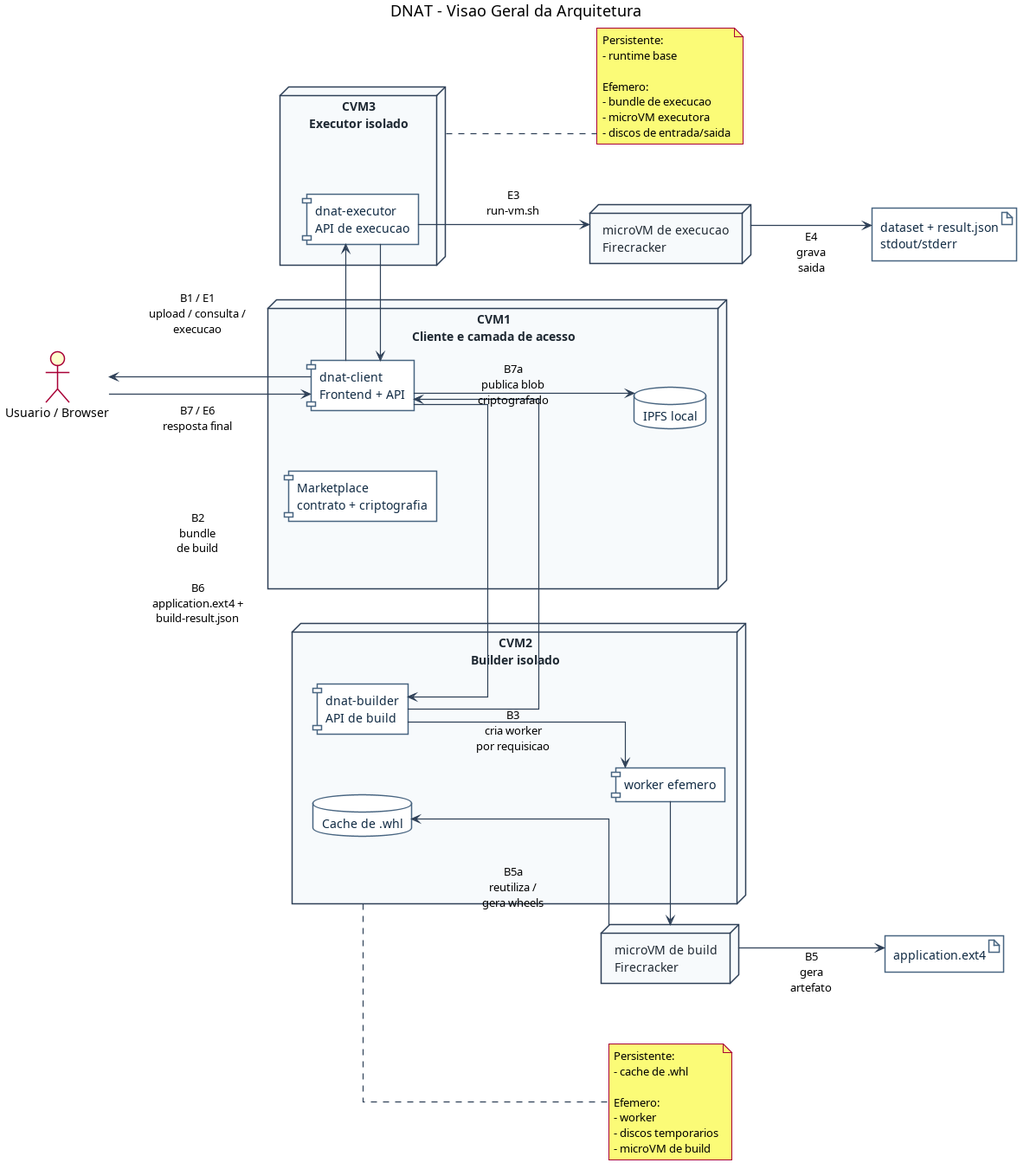
Earlier version of the PlantUML export docs/diagrams/architecture-overview.png (lesorty/dnat-identity-validator). Its source is kept beside it as docs/diagrams/architecture-overview.puml.
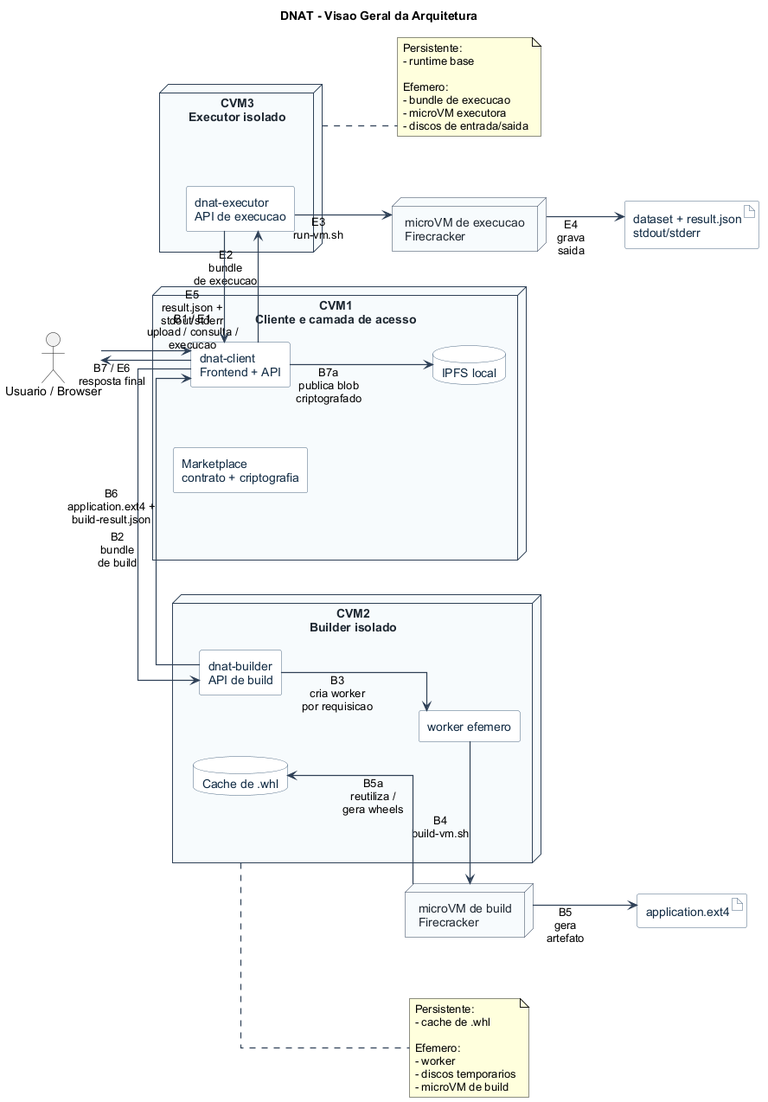
The same file after the commit.

Diff of the diagram source:
```diff
@@ -1,5 +1,5 @@
 @startuml
-title DNAT - Visao Geral da Arquitetura
+title DNAT - Architecture Overview
 
 left to right direction
 
@@ -34,26 +34,26 @@
   FontColor #102A43
 }
 
-actor "Usuario / Browser" as User
+actor "User / Browser" as User
 
-node "CVM1\nCliente e camada de acesso" as CVM1 {
+node "CVM1\nClient and access layer" as CVM1 {
   component "dnat-client\nFrontend + API" as CLIENT
-  database "IPFS local" as IPFS
-  component "Marketplace\ncontrato + criptografia" as MARKET
+  database "Local IPFS" as IPFS
+  component "Marketplace\ncontract + encryption" as MARKET
 }
 
-node "CVM2\nBuilder isolado" as CVM2 {
-  component "dnat-builder\nAPI de build" as BUILDER
-  component "worker efemero" as WORKER
-  database "Cache de .whl" as WHEELCACHE
+node "CVM2\nIsolated builder" as CVM2 {
+  component "dnat-builder\nBuild API" as BUILDER
+  component "ephemeral worker" as WORKER
+  database ".whl cache" as WHEELCACHE
 }
 
-node "CVM3\nExecutor isolado" as CVM3 {
-  component "dnat-executor\nAPI de execucao" as EXECUTOR
+node "CVM3\nIsolated executor" as CVM3 {
+  component "dnat-executor\nExecution API" as EXECUTOR
 }
 
-node "microVM de build\nFirecracker" as BUILDVM
-node "microVM de execucao\nFirecracker" as EXECVM
+node "build microVM\nFirecracker" as BUILDVM
+node "execution microVM\nFirecracker" as EXECVM
 
 artifact "application.ext4" as APPART
 artifact "dataset + result.json\nstdout/stderr" as EXECART
@@ -63,41 +63,41 @@
 CVM1 -[hidden]right- CVM2
 CVM2 -[hidden]right- CVM3
 
-User -down-> CLIENT : B1 / E1\nupload / consulta /\nexecucao
-CLIENT -up-> User : B7 / E6\nresposta final
+User -down-> CLIENT : B1 / E1\nupload / query /\nexecute
+CLIENT -up-> User : B7 / E6\nfinal response
 
-CLIENT -right-> BUILDER : B2\nbundle\nde build
-BUILDER -down-> WORKER : B3\ncria worker\npor requisicao
+CLIENT -right-> BUILDER : B2\nbuild\nbundle
+BUILDER -down-> WORKER : B3\ncreate worker\nper request
 WORKER -left-> BUILDVM : B4\nbuild-vm.sh
-BUILDVM -down-> APPART : B5\ngera\nartefato
-BUILDVM -up-> WHEELCACHE : B5a\nreutiliza /\ngera wheels
+BUILDVM -down-> APPART : B5\ngenerate\nartifact
+BUILDVM -up-> WHEELCACHE : B5a\nreuse /\ngenerate wheels
 BUILDER -left-> CLIENT : B6\napplication.ext4 +\nbuild-result.json
 
-CLIENT -down-> IPFS : B7a\npublica blob\ncriptografado
+CLIENT -down-> IPFS : B7a\npublish encrypted\nblob
 
-CLIENT -right-> EXECUTOR : E2\nbundle\nde execucao
+CLIENT -right-> EXECUTOR : E2\nexecution\nbundle
 EXECUTOR -down-> EXECVM : E3\nrun-vm.sh
-EXECVM -down-> EXECART : E4\ngrava\nsaida
+EXECVM -down-> EXECART : E4\nwrite\noutput
 EXECUTOR -left-> CLIENT : E5\nresult.json +\nstdout/stderr
 
 note right of CVM2
-Persistente:
-- cache de .whl
+Persistent:
+- .whl cache
 
-Efemero:
+Ephemeral:
 - worker
-- discos temporarios
-- microVM de build
+- temporary disks
+- build microVM
 end note
 
 note right of CVM3
-Persistente:
-- runtime base
+Persistent:
+- base runtime
 
-Efemero:
-- bundle de execucao
-- microVM executora
-- discos de entrada/saida
+Ephemeral:
+- execution bundle
+- execution microVM
+- input/output disks
 end note
 
 @enduml
```
